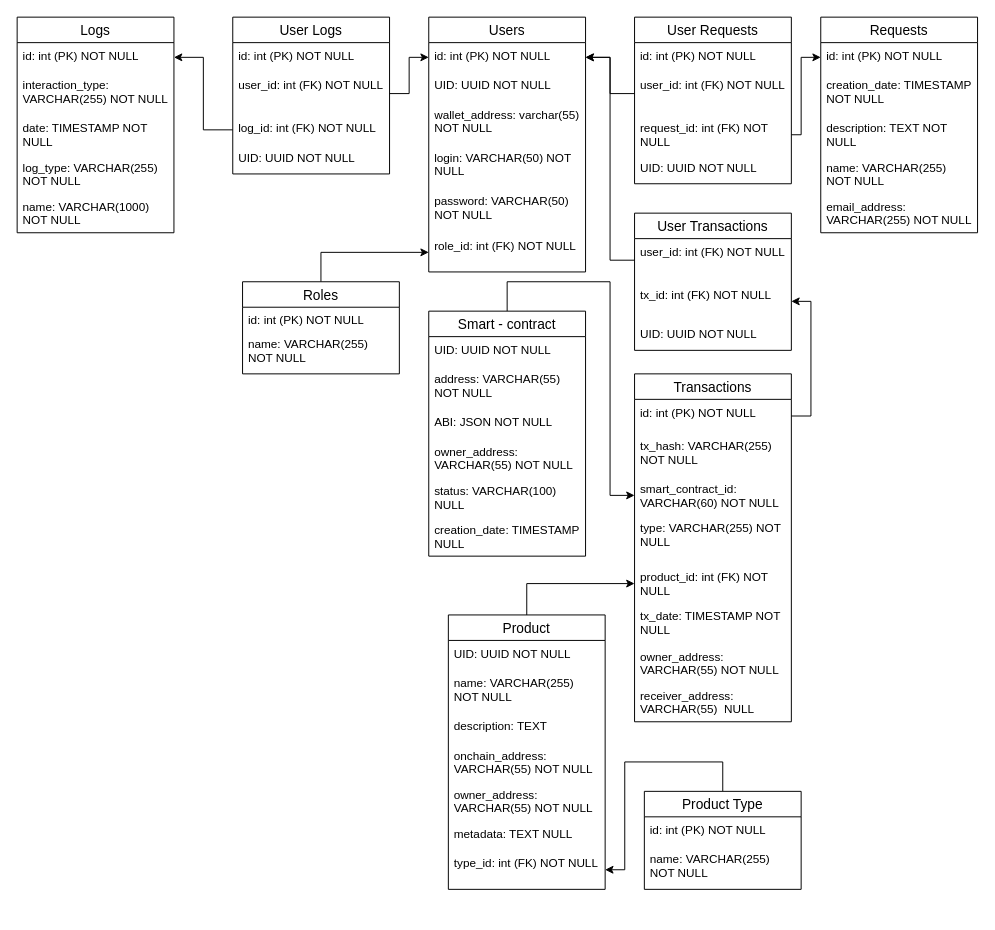
slsforme/ton_market_django keeps this draw.io diagram as physical_scheme.drawio. Above is the earlier version. Source tidied: cells renumbered, new cells numbered last; positions are measured from the earlier drawing's top-left corner, leaving out a move shared by most shapes. Both pictures are drawn from the tidied source at 98%, with x=0, y=0 at pixel (17, 17).
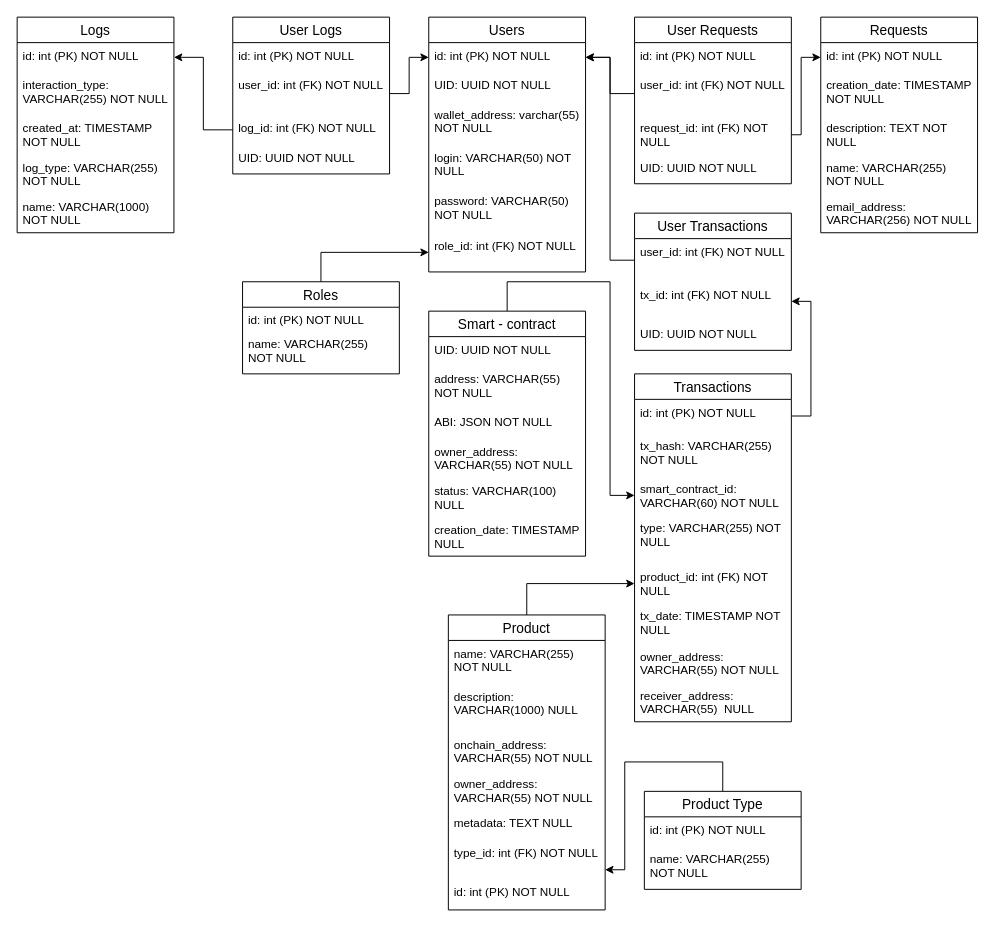
After the change.

The change refers to these unchanged cells:
```xml
<mxCell id="43" value="Requests" style="swimlane;fontStyle=0;horizontal=1;startSize=26;align=center;fontSize=14;" parent="1" vertex="1">
  <mxGeometry x="820" width="160" height="220" as="geometry" />
</mxCell>
<mxCell id="49" value="Logs" style="swimlane;fontStyle=0;horizontal=1;startSize=26;align=center;fontSize=14;" parent="1" vertex="1">
  <mxGeometry width="160" height="220" as="geometry" />
</mxCell>
```

What changed in the source:
```diff
@@
     <mxCell id="23" value="Product" style="swimlane;fontStyle=0;horizontal=1;startSize=26;align=center;fontSize=14;" parent="1" vertex="1">
-      <mxGeometry x="440" y="610" width="160" height="280" as="geometry" />
+      <mxGeometry x="440" y="610" width="160" height="301" as="geometry" />
     </mxCell>
-    <mxCell id="24" value="UID: UUID NOT NULL" style="text;strokeColor=none;fillColor=none;spacingLeft=4;spacingRight=4;overflow=hidden;fontSize=12;whiteSpace=wrap;html=1;" parent="23" vertex="1">
-      <mxGeometry y="26" width="160" height="30" as="geometry" />
-    </mxCell>
     <mxCell id="25" value="name: VARCHAR(255) NOT NULL" style="text;strokeColor=none;fillColor=none;spacingLeft=4;spacingRight=4;overflow=hidden;fontSize=12;whiteSpace=wrap;html=1;" parent="23" vertex="1">
-      <mxGeometry y="56" width="160" height="44" as="geometry" />
+      <mxGeometry y="26" width="160" height="44" as="geometry" />
     </mxCell>
-    <mxCell id="26" value="description: TEXT" style="text;strokeColor=none;fillColor=none;spacingLeft=4;spacingRight=4;overflow=hidden;fontSize=12;whiteSpace=wrap;html=1;" parent="23" vertex="1">
-      <mxGeometry y="100" width="160" height="30" as="geometry" />
+    <mxCell id="26" value="description: VARCHAR(1000) NULL" style="text;strokeColor=none;fillColor=none;spacingLeft=4;spacingRight=4;overflow=hidden;fontSize=12;whiteSpace=wrap;html=1;" parent="23" vertex="1">
+      <mxGeometry y="70" width="160" height="49" as="geometry" />
     </mxCell>
     <mxCell id="27" value="onchain_address: VARCHAR(55) NOT NULL" style="text;strokeColor=none;fillColor=none;spacingLeft=4;spacingRight=4;overflow=hidden;fontSize=12;whiteSpace=wrap;html=1;" parent="23" vertex="1">
-      <mxGeometry y="130" width="160" height="40" as="geometry" />
+      <mxGeometry y="119" width="160" height="40" as="geometry" />
     </mxCell>
     <mxCell id="28" value="owner_address: VARCHAR(55) NOT NULL" style="text;strokeColor=none;fillColor=none;spacingLeft=4;spacingRight=4;overflow=hidden;fontSize=12;whiteSpace=wrap;html=1;" parent="23" vertex="1">
-      <mxGeometry y="170" width="160" height="40" as="geometry" />
+      <mxGeometry y="159" width="160" height="40" as="geometry" />
     </mxCell>
     <mxCell id="29" value="metadata: TEXT NULL" style="text;strokeColor=none;fillColor=none;spacingLeft=4;spacingRight=4;overflow=hidden;fontSize=12;whiteSpace=wrap;html=1;" parent="23" vertex="1">
-      <mxGeometry y="210" width="160" height="30" as="geometry" />
+      <mxGeometry y="199" width="160" height="30" as="geometry" />
     </mxCell>
     <mxCell id="30" value="type_id: int (FK) NOT NULL" style="text;strokeColor=none;fillColor=none;spacingLeft=4;spacingRight=4;overflow=hidden;points=[[0,0.5],[1,0.5]];portConstraint=eastwest;fontSize=12;whiteSpace=wrap;html=1;" parent="23" vertex="1">
-      <mxGeometry y="240" width="160" height="40" as="geometry" />
+      <mxGeometry y="229" width="160" height="40" as="geometry" />
     </mxCell>
+    <mxCell id="75" value="id: int (PK) NOT NULL" style="text;strokeColor=none;fillColor=none;spacingLeft=4;spacingRight=4;overflow=hidden;fontSize=12;whiteSpace=wrap;html=1;" parent="23" vertex="1">
+      <mxGeometry y="269" width="160" height="32" as="geometry" />
+    </mxCell>
@@
-    <mxCell id="48" value="email_address: VARCHAR(255) NOT NULL" style="text;strokeColor=none;fillColor=none;spacingLeft=4;spacingRight=4;overflow=hidden;fontSize=12;whiteSpace=wrap;html=1;" parent="43" vertex="1">
+    <mxCell id="48" value="email_address: VARCHAR(256) NOT NULL" style="text;strokeColor=none;fillColor=none;spacingLeft=4;spacingRight=4;overflow=hidden;fontSize=12;whiteSpace=wrap;html=1;" parent="43" vertex="1">
       <mxGeometry y="180" width="160" height="40" as="geometry" />
     </mxCell>
@@
-    <mxCell id="52" value="date: TIMESTAMP NOT NULL" style="text;strokeColor=none;fillColor=none;spacingLeft=4;spacingRight=4;overflow=hidden;fontSize=12;whiteSpace=wrap;html=1;" parent="49" vertex="1">
+    <mxCell id="52" value="created_at: TIMESTAMP NOT NULL" style="text;strokeColor=none;fillColor=none;spacingLeft=4;spacingRight=4;overflow=hidden;fontSize=12;whiteSpace=wrap;html=1;" parent="49" vertex="1">
       <mxGeometry y="100" width="160" height="40" as="geometry" />
     </mxCell>
```
